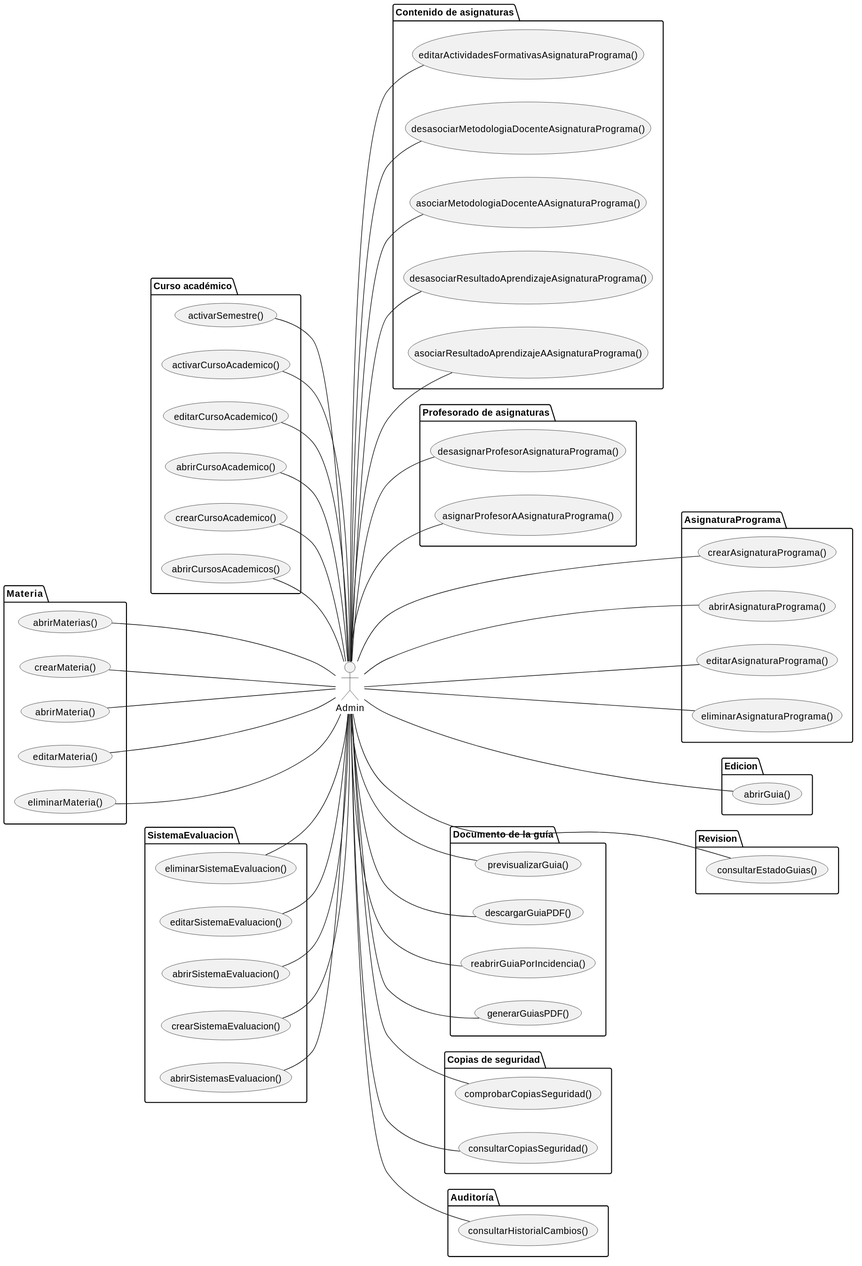
Earlier version of the PlantUML export images/RUP/01-requisitos/01-actores-casos-uso/actoresCasosUsoAdminOperativa.svg (mmasias/pyCeldaPublico).
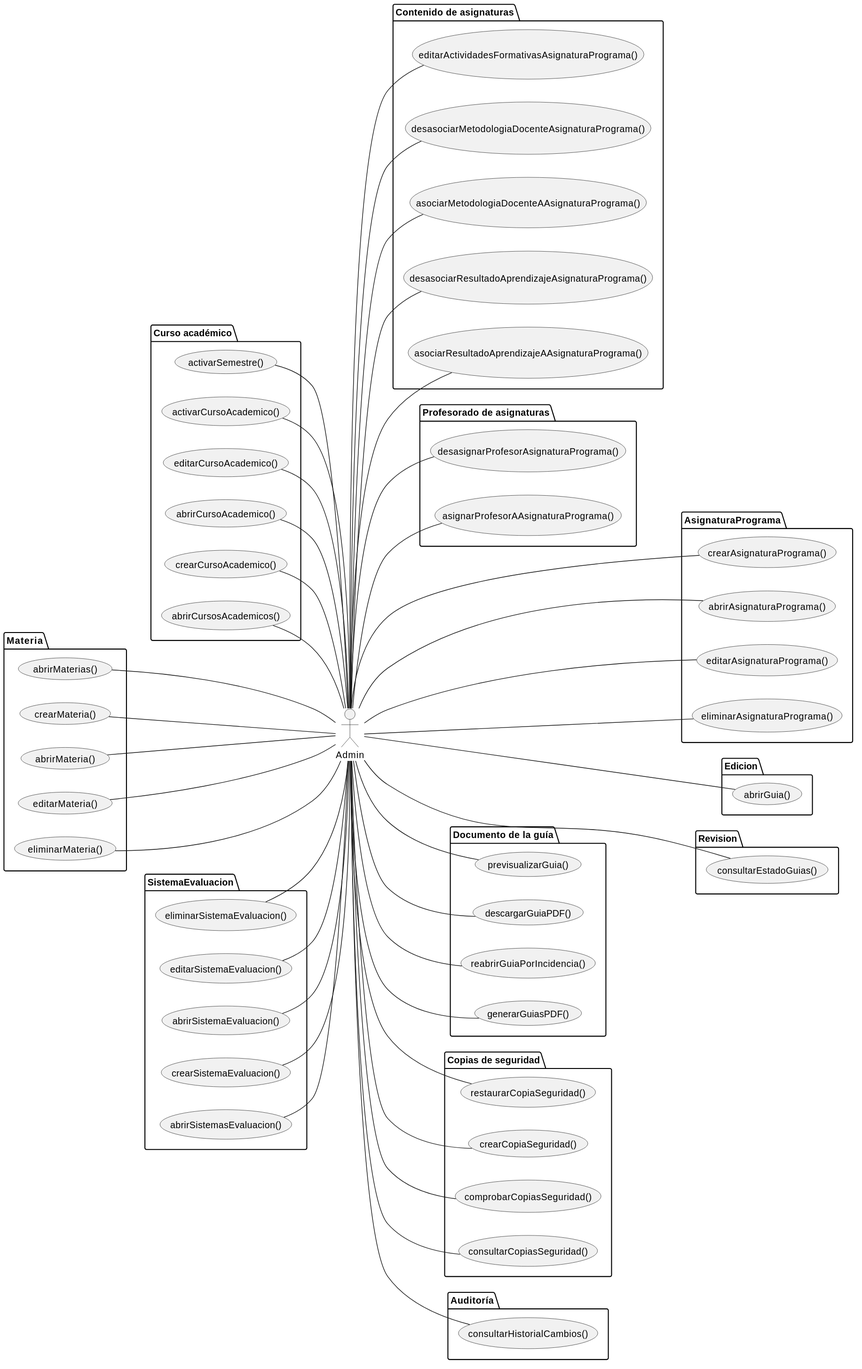
Later version of the same file.

Change to the diagram source:
```diff
@@ -67,6 +67,8 @@
 package "Copias de seguridad" {
   usecase consultarCopiasSeguridad as "consultarCopiasSeguridad()"
   usecase comprobarCopiasSeguridad as "comprobarCopiasSeguridad()"
+  usecase crearCopiaSeguridad as "crearCopiaSeguridad()"
+  usecase restaurarCopiaSeguridad as "restaurarCopiaSeguridad()"
 }
 
 package "Auditoría" {
@@ -117,5 +119,7 @@
 
 Admin -- consultarCopiasSeguridad
 Admin -- comprobarCopiasSeguridad
+Admin -- crearCopiaSeguridad
+Admin -- restaurarCopiaSeguridad
 Admin -- consultarHistorialCambios
 @enduml
```
